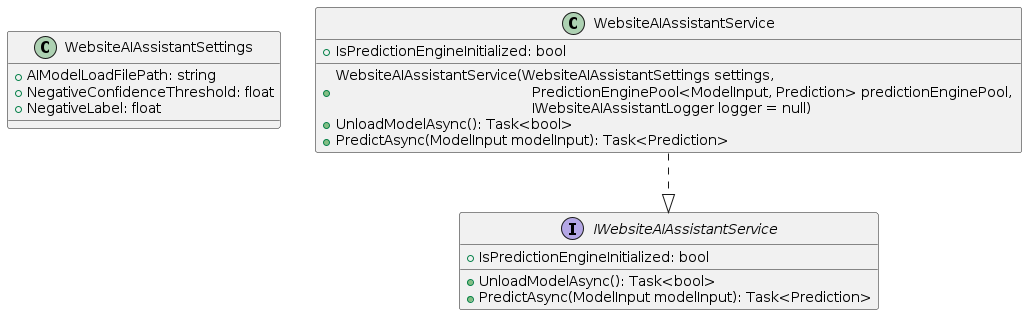
Before: Docs/WebsiteAIAssistantService.png, a diagram exported from PlantUML (VeritasSoftware/WebsiteAIAssistant).
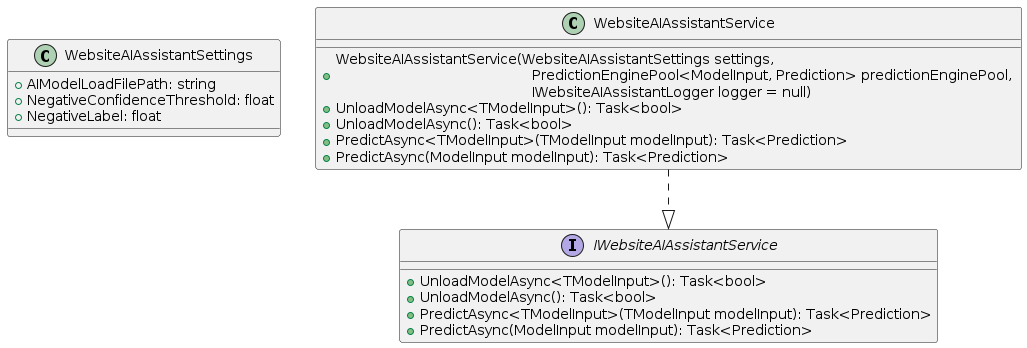
After the commit.

Commit message:
consolidated websiteaiassistant service.

What changed in the source:
```diff
@@ -8,16 +8,18 @@
 
 interface IWebsiteAIAssistantService
 {
-  + IsPredictionEngineInitialized: bool
+  + UnloadModelAsync<TModelInput>(): Task<bool>
   + UnloadModelAsync(): Task<bool>
+  + PredictAsync<TModelInput>(TModelInput modelInput): Task<Prediction>
   + PredictAsync(ModelInput modelInput): Task<Prediction>
 }
 
 class WebsiteAIAssistantService
 {
-  + IsPredictionEngineInitialized: bool
   + WebsiteAIAssistantService(WebsiteAIAssistantSettings settings, \n \t \t  \t \t \t \t PredictionEnginePool<ModelInput, Prediction> predictionEnginePool, \n \t \t  \t \t \t \t IWebsiteAIAssistantLogger logger = null)
+  + UnloadModelAsync<TModelInput>(): Task<bool>
   + UnloadModelAsync(): Task<bool>
+  + PredictAsync<TModelInput>(TModelInput modelInput): Task<Prediction>
   + PredictAsync(ModelInput modelInput): Task<Prediction>
 }
 
```
